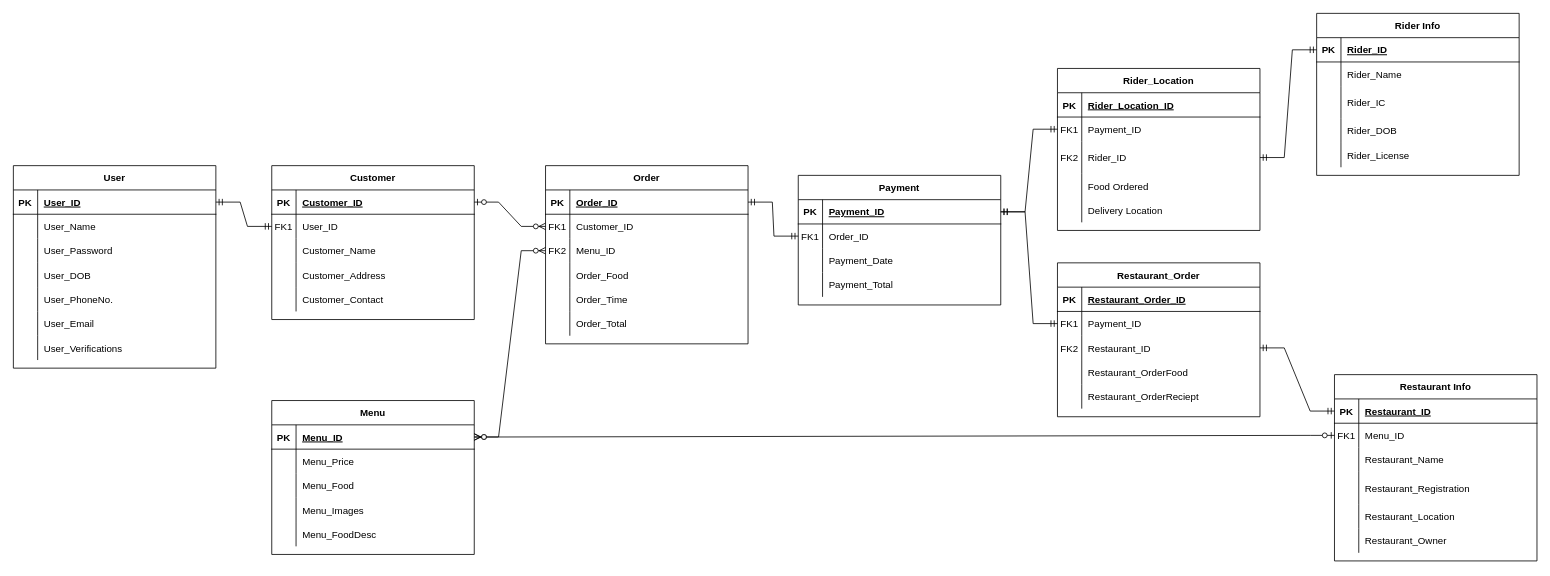
Before: KuchingERD.drawio in AmirAini/BackEndDay1, a draw.io diagram. Source tidied: cells renumbered, new cells numbered last; positions are measured from the earlier drawing's top-left corner, leaving out a move shared by most shapes. Both pictures are drawn from the tidied source at 81%, with x=0, y=0 at pixel (13, 13).
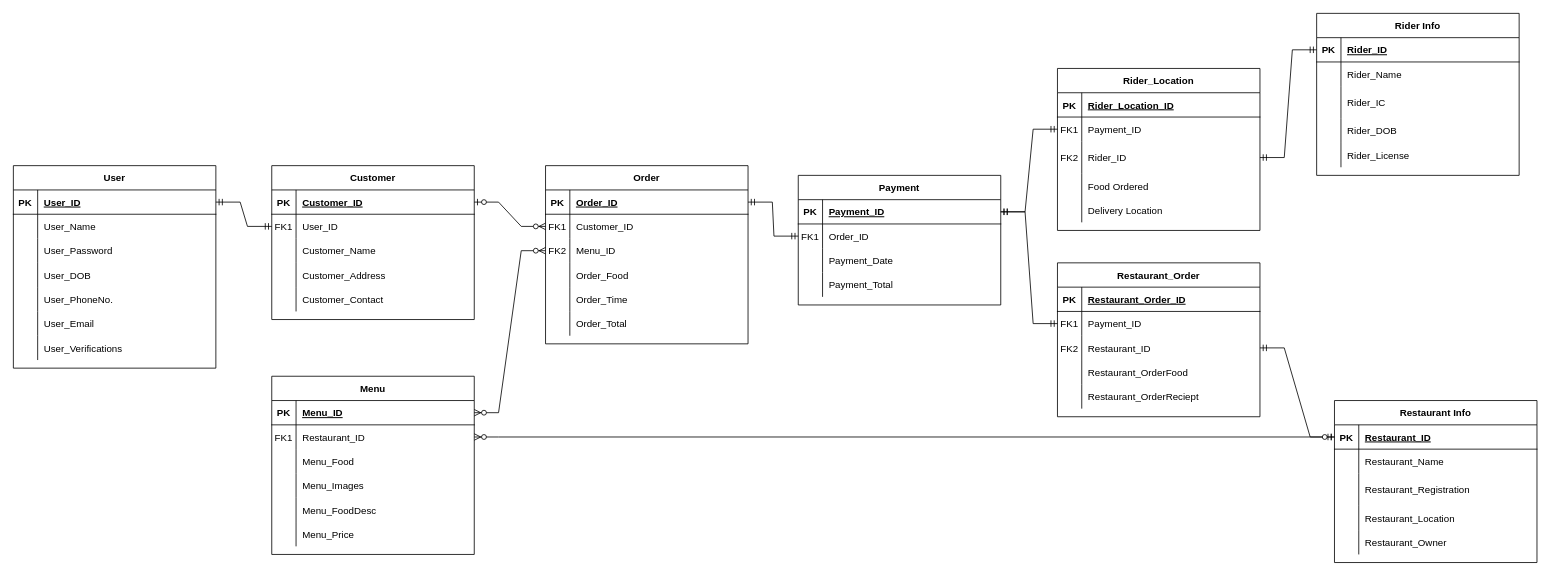
The same diagram, later.

Unchanged cells that the change refers to:
```xml
<mxCell id="42" style="shape=partialRectangle;fillColor=none;points=[[0,0.5],[1,0.5]];portConstraint=eastwest;top=0;left=0;right=0;bottom=1;" parent="41" vertex="1">
  <mxGeometry y="30" width="250" height="30" as="geometry" />
</mxCell>
<mxCell id="45" style="shape=partialRectangle;fillColor=none;points=[[0,0.5],[1,0.5]];portConstraint=eastwest;top=0;left=0;right=0;bottom=0;" parent="41" vertex="1">
  <mxGeometry y="60" width="250" height="30" as="geometry" />
</mxCell>
<mxCell id="144" style="shape=partialRectangle;fillColor=none;points=[[0,0.5],[1,0.5]];portConstraint=eastwest;top=0;left=0;right=0;bottom=1;" parent="143" vertex="1">
  <mxGeometry y="30" width="250" height="30" as="geometry" />
</mxCell>
```

What changed in the source:
```diff
@@
     <mxCell id="41" value="Menu" style="shape=table;startSize=30;childLayout=tableLayout;rowLines=0;fontStyle=1;align=center;" parent="1" vertex="1">
-      <mxGeometry x="319" y="478" width="250" height="190" as="geometry" />
+      <mxGeometry x="319" y="448" width="250" height="220" as="geometry" />
     </mxCell>
@@
-    <mxCell id="46" style="shape=partialRectangle;overflow=hidden;fillColor=none;top=0;left=0;bottom=0;right=0;" parent="45" vertex="1">
+    <mxCell id="46" value="FK1" style="shape=partialRectangle;overflow=hidden;fillColor=none;top=0;left=0;bottom=0;right=0;" parent="45" vertex="1">
       <mxGeometry width="30" height="30" as="geometry" />
     </mxCell>
-    <mxCell id="47" value="Menu_Price" style="shape=partialRectangle;overflow=hidden;fillColor=none;top=0;left=0;bottom=0;right=0;align=left;spacingLeft=6;" parent="45" vertex="1">
+    <mxCell id="47" value="Restaurant_ID" style="shape=partialRectangle;overflow=hidden;fillColor=none;top=0;left=0;bottom=0;right=0;align=left;spacingLeft=6;" parent="45" vertex="1">
       <mxGeometry x="30" width="220" height="30" as="geometry" />
     </mxCell>
@@
+    <mxCell id="164" style="shape=partialRectangle;fillColor=none;top=0;left=0;right=0;bottom=0;" parent="41" vertex="1">
+      <mxGeometry y="180" width="250" height="30" as="geometry" />
+    </mxCell>
+    <mxCell id="165" style="shape=partialRectangle;overflow=hidden;fillColor=none;top=0;left=0;bottom=0;right=0;" parent="164" vertex="1">
+      <mxGeometry width="30" height="30" as="geometry" />
+    </mxCell>
+    <mxCell id="166" value="Menu_Price" style="shape=partialRectangle;overflow=hidden;fillColor=none;top=0;left=0;bottom=0;right=0;align=left;spacingLeft=6;" parent="164" vertex="1">
+      <mxGeometry x="30" width="220" height="30" as="geometry" />
+    </mxCell>
@@
     <mxCell id="143" value="Restaurant Info" style="shape=table;startSize=30;childLayout=tableLayout;rowLines=0;fontStyle=1;align=center;" parent="1" vertex="1">
-      <mxGeometry x="1631" y="446" width="250" height="230" as="geometry" />
+      <mxGeometry x="1631" y="478" width="250" height="200" as="geometry" />
     </mxCell>
@@
-    <mxCell id="147" style="shape=partialRectangle;fillColor=none;points=[[0,0.5],[1,0.5]];portConstraint=eastwest;top=0;left=0;right=0;bottom=0;" parent="143" vertex="1">
-      <mxGeometry y="60" width="250" height="30" as="geometry" />
-    </mxCell>
-    <mxCell id="148" value="FK1" style="shape=partialRectangle;overflow=hidden;fillColor=none;top=0;left=0;bottom=0;right=0;" parent="147" vertex="1">
-      <mxGeometry width="30" height="30" as="geometry" />
-    </mxCell>
-    <mxCell id="149" value="Menu_ID" style="shape=partialRectangle;overflow=hidden;fillColor=none;top=0;left=0;bottom=0;right=0;align=left;spacingLeft=6;" parent="147" vertex="1">
-      <mxGeometry x="30" width="220" height="30" as="geometry" />
-    </mxCell>
     <mxCell id="150" style="shape=partialRectangle;fillColor=none;top=0;left=0;right=0;bottom=0;" parent="143" vertex="1">
-      <mxGeometry y="90" width="250" height="30" as="geometry" />
+      <mxGeometry y="60" width="250" height="30" as="geometry" />
     </mxCell>
@@
     <mxCell id="153" style="shape=partialRectangle;fillColor=none;top=0;left=0;right=0;bottom=0;" parent="143" vertex="1">
-      <mxGeometry y="120" width="250" height="40" as="geometry" />
+      <mxGeometry y="90" width="250" height="40" as="geometry" />
     </mxCell>
@@
     <mxCell id="156" style="shape=partialRectangle;fillColor=none;top=0;left=0;right=0;bottom=0;" parent="143" vertex="1">
-      <mxGeometry y="160" width="250" height="30" as="geometry" />
+      <mxGeometry y="130" width="250" height="30" as="geometry" />
     </mxCell>
@@
     <mxCell id="159" style="shape=partialRectangle;fillColor=none;top=0;left=0;right=0;bottom=0;" parent="143" vertex="1">
-      <mxGeometry y="190" width="250" height="30" as="geometry" />
+      <mxGeometry y="160" width="250" height="30" as="geometry" />
     </mxCell>
@@
-    <mxCell id="163" style="edgeStyle=entityRelationEdgeStyle;fontSize=12;html=1;endArrow=ERzeroToMany;startArrow=ERzeroToOne;rounded=0;" parent="1" edge="1" source="147" target="42">
+    <mxCell id="163" style="edgeStyle=entityRelationEdgeStyle;fontSize=12;html=1;endArrow=ERzeroToMany;startArrow=ERzeroToOne;rounded=0;" parent="1" edge="1" source="144" target="45">
       <mxGeometry relative="1" as="geometry" />
     </mxCell>
```
